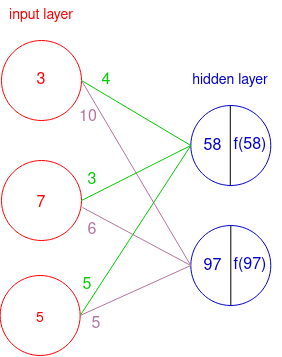
Thibaut-Le-Goff/Runst_-unfinished- keeps this draw.io diagram as images/nn10.png. Above is the earlier version. Source tidied: cells renumbered, new cells last; positions are measured from the earlier drawing's top-left corner, leaving out a move shared by most shapes. Source of this version:
```xml
<mxGraphModel>
  <root>
    <mxCell id="0" />
    <mxCell id="1" parent="0" />
    <mxCell id="2" style="ellipse;whiteSpace=wrap;html=1;strokeColor=#0000CC;fontColor=#0000CC;" parent="1" vertex="1">
      <mxGeometry x="190.3" y="105" width="80" height="80" as="geometry" />
    </mxCell>
    <mxCell id="3" style="ellipse;whiteSpace=wrap;html=1;strokeColor=#0000CC;fontColor=#0000CC;" parent="1" vertex="1">
      <mxGeometry x="190.3" y="225" width="80" height="80" as="geometry" />
    </mxCell>
    <mxCell id="4" value="&lt;div align=&quot;center&quot;&gt;97&lt;/div&gt;" style="text;whiteSpace=wrap;html=1;fontSize=16;fontColor=#0000CC;align=center;" parent="1" vertex="1">
      <mxGeometry x="180.3" y="250" width="65" height="40" as="geometry" />
    </mxCell>
    <mxCell id="5" value="&lt;font style=&quot;font-size: 16px;&quot; color=&quot;#00CC00&quot;&gt;5&lt;/font&gt;" style="text;html=1;strokeColor=none;fillColor=none;align=center;verticalAlign=middle;whiteSpace=wrap;rounded=0;fontSize=14;fontColor=#000000;" parent="1" vertex="1">
      <mxGeometry x="57.4" y="270" width="60" height="30" as="geometry" />
    </mxCell>
    <mxCell id="6" value="&lt;font color=&quot;#00CC00&quot;&gt;4&lt;/font&gt;" style="text;html=1;strokeColor=none;fillColor=none;align=center;verticalAlign=middle;whiteSpace=wrap;rounded=0;fontSize=16;fontColor=#CCCC00;" parent="1" vertex="1">
      <mxGeometry x="76" y="65" width="60" height="30" as="geometry" />
    </mxCell>
    <mxCell id="7" value="&lt;font style=&quot;font-size: 16px;&quot; color=&quot;#B5739D&quot;&gt;5&lt;/font&gt;" style="text;html=1;strokeColor=none;fillColor=none;align=center;verticalAlign=middle;whiteSpace=wrap;rounded=0;fontSize=14;fontColor=#000000;" parent="1" vertex="1">
      <mxGeometry x="66" y="309" width="60" height="30" as="geometry" />
    </mxCell>
    <mxCell id="8" style="ellipse;whiteSpace=wrap;html=1;strokeColor=#FF0000;" parent="1" vertex="1">
      <mxGeometry x="1" y="40" width="80" height="80" as="geometry" />
    </mxCell>
    <mxCell id="9" style="ellipse;whiteSpace=wrap;html=1;strokeColor=#FF0000;" parent="1" vertex="1">
      <mxGeometry x="1" y="160" width="80" height="80" as="geometry" />
    </mxCell>
    <mxCell id="10" style="endArrow=none;html=1;rounded=0;exitX=1;exitY=0.5;exitDx=0;exitDy=0;entryX=0;entryY=0.5;entryDx=0;entryDy=0;strokeColor=#00CC00;" parent="1" edge="1" target="2">
      <mxGeometry relative="1" as="geometry">
        <mxPoint x="81" y="80" as="sourcePoint" />
      </mxGeometry>
    </mxCell>
    <mxCell id="11" style="endArrow=none;html=1;rounded=0;exitX=1;exitY=0.5;exitDx=0;exitDy=0;strokeColor=#B5739D;entryX=0;entryY=0.5;entryDx=0;entryDy=0;" parent="1" edge="1" source="8" target="3">
      <mxGeometry relative="1" as="geometry" />
    </mxCell>
    <mxCell id="12" style="endArrow=none;html=1;rounded=0;exitX=1;exitY=0.5;exitDx=0;exitDy=0;entryX=0;entryY=0.5;entryDx=0;entryDy=0;strokeColor=#00CC00;" parent="1" edge="1" source="9" target="2">
      <mxGeometry relative="1" as="geometry" />
    </mxCell>
    <mxCell id="13" style="endArrow=none;html=1;rounded=0;strokeColor=#B5739D;startArrow=none;exitX=1.013;exitY=0.588;exitDx=0;exitDy=0;exitPerimeter=0;entryX=0;entryY=0.5;entryDx=0;entryDy=0;" parent="1" edge="1" source="9" target="3">
      <mxGeometry relative="1" as="geometry" />
    </mxCell>
    <mxCell id="14" value="&lt;font style=&quot;font-size: 14px;&quot; color=&quot;#FF0000&quot;&gt;input layer&lt;/font&gt;" style="text;html=1;strokeColor=none;fillColor=none;align=center;verticalAlign=middle;whiteSpace=wrap;rounded=0;" parent="1" vertex="1">
      <mxGeometry x="1" width="80" height="30" as="geometry" />
    </mxCell>
    <mxCell id="15" value="&lt;font style=&quot;font-size: 14px;&quot;&gt;hidden layer&lt;/font&gt;" style="text;html=1;strokeColor=none;fillColor=none;align=center;verticalAlign=middle;whiteSpace=wrap;rounded=0;fontColor=#0000CC;" parent="1" vertex="1">
      <mxGeometry x="190.3" y="65" width="80" height="30" as="geometry" />
    </mxCell>
    <mxCell id="16" style="endArrow=none;html=1;rounded=0;fontSize=14;fontColor=#0000CC;exitX=0.5;exitY=1;exitDx=0;exitDy=0;entryX=0.5;entryY=0;entryDx=0;entryDy=0;" parent="1" edge="1" source="3" target="3">
      <mxGeometry relative="1" as="geometry" />
    </mxCell>
    <mxCell id="17" value="&lt;font style=&quot;font-size: 16px;&quot; color=&quot;#FF0000&quot;&gt;3&lt;/font&gt;" style="text;html=1;strokeColor=none;fillColor=none;align=center;verticalAlign=middle;whiteSpace=wrap;rounded=0;fontSize=14;fontColor=#000000;" parent="1" vertex="1">
      <mxGeometry x="11" y="65" width="60" height="30" as="geometry" />
    </mxCell>
    <mxCell id="18" value="&lt;font style=&quot;font-size: 16px;&quot; color=&quot;#FF0000&quot;&gt;7&lt;/font&gt;" style="text;html=1;strokeColor=none;fillColor=none;align=center;verticalAlign=middle;whiteSpace=wrap;rounded=0;fontSize=14;fontColor=#000000;" parent="1" vertex="1">
      <mxGeometry x="11" y="187.5" width="60" height="30" as="geometry" />
    </mxCell>
    <mxCell id="19" value="f(97)" style="text;html=1;strokeColor=none;fillColor=none;align=center;verticalAlign=middle;whiteSpace=wrap;rounded=0;fontSize=16;fontColor=#0000CC;" parent="1" vertex="1">
      <mxGeometry x="220.3" y="250" width="60" height="30" as="geometry" />
    </mxCell>
    <mxCell id="20" style="endArrow=none;html=1;rounded=0;fontSize=14;fontColor=#0000CC;exitX=0.5;exitY=1;exitDx=0;exitDy=0;entryX=0.5;entryY=0;entryDx=0;entryDy=0;" parent="1" edge="1">
      <mxGeometry relative="1" as="geometry">
        <mxPoint x="229.8" y="185" as="sourcePoint" />
        <mxPoint x="229.8" y="105" as="targetPoint" />
      </mxGeometry>
    </mxCell>
    <mxCell id="21" value="&lt;font color=&quot;#00CC00&quot;&gt;3&lt;/font&gt;" style="text;html=1;strokeColor=none;fillColor=none;align=center;verticalAlign=middle;whiteSpace=wrap;rounded=0;fontSize=16;fontColor=#CCCC00;" parent="1" vertex="1">
      <mxGeometry x="61.7" y="165" width="60" height="30" as="geometry" />
    </mxCell>
    <mxCell id="22" value="&lt;font style=&quot;font-size: 16px;&quot; color=&quot;#B5739D&quot;&gt;6&lt;/font&gt;" style="text;html=1;strokeColor=none;fillColor=none;align=center;verticalAlign=middle;whiteSpace=wrap;rounded=0;fontSize=14;fontColor=#000000;" parent="1" vertex="1">
      <mxGeometry x="61.7" y="214.5" width="60" height="30" as="geometry" />
    </mxCell>
    <mxCell id="23" value="58" style="text;whiteSpace=wrap;html=1;fontSize=16;fontColor=#0000CC;align=center;" parent="1" vertex="1">
      <mxGeometry x="180.3" y="130" width="65" height="40" as="geometry" />
    </mxCell>
    <mxCell id="24" value="f(58)" style="text;html=1;strokeColor=none;fillColor=none;align=center;verticalAlign=middle;whiteSpace=wrap;rounded=0;fontSize=16;fontColor=#0000CC;" parent="1" vertex="1">
      <mxGeometry x="220.3" y="130" width="60" height="30" as="geometry" />
    </mxCell>
    <mxCell id="25" value="&lt;font style=&quot;font-size: 16px;&quot; color=&quot;#B5739D&quot;&gt;10&lt;/font&gt;" style="text;html=1;strokeColor=none;fillColor=none;align=center;verticalAlign=middle;whiteSpace=wrap;rounded=0;fontSize=14;fontColor=#000000;" parent="1" vertex="1">
      <mxGeometry x="58" y="102" width="60" height="30" as="geometry" />
    </mxCell>
    <mxCell id="26" style="ellipse;whiteSpace=wrap;html=1;strokeColor=#FF0000;" parent="1" vertex="1">
      <mxGeometry x="-0.3" y="275" width="80" height="80" as="geometry" />
    </mxCell>
    <mxCell id="27" value="&lt;font color=&quot;#FF0000&quot;&gt;5&lt;/font&gt;" style="text;html=1;strokeColor=none;fillColor=none;align=center;verticalAlign=middle;whiteSpace=wrap;rounded=0;fontSize=14;fontColor=#000000;" parent="1" vertex="1">
      <mxGeometry x="9.7" y="302.5" width="60" height="30" as="geometry" />
    </mxCell>
    <mxCell id="28" style="endArrow=none;html=1;rounded=0;exitX=1;exitY=0.5;exitDx=0;exitDy=0;strokeColor=#00CC00;entryX=0;entryY=0.5;entryDx=0;entryDy=0;" parent="1" edge="1" source="26" target="2">
      <mxGeometry relative="1" as="geometry" />
    </mxCell>
    <mxCell id="29" style="endArrow=none;html=1;rounded=0;strokeColor=#B5739D;startArrow=none;exitX=1;exitY=0.5;exitDx=0;exitDy=0;entryX=0;entryY=0.5;entryDx=0;entryDy=0;" parent="1" edge="1" source="26" target="3">
      <mxGeometry relative="1" as="geometry" />
    </mxCell>
  </root>
</mxGraphModel>
```
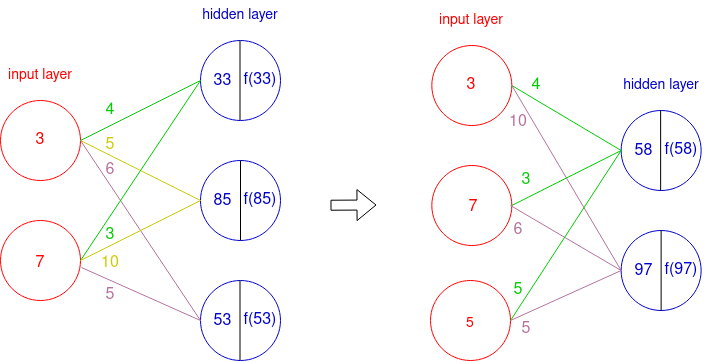
After the change.

The edit, as a diff of the source:
```diff
@@ -34,11 +34,13 @@
     <mxCell id="11" style="endArrow=none;html=1;rounded=0;exitX=1;exitY=0.5;exitDx=0;exitDy=0;strokeColor=#B5739D;entryX=0;entryY=0.5;entryDx=0;entryDy=0;" parent="1" edge="1" source="8" target="3">
       <mxGeometry relative="1" as="geometry" />
     </mxCell>
-    <mxCell id="12" style="endArrow=none;html=1;rounded=0;exitX=1;exitY=0.5;exitDx=0;exitDy=0;entryX=0;entryY=0.5;entryDx=0;entryDy=0;strokeColor=#00CC00;" parent="1" edge="1" source="9" target="2">
+    <mxCell id="12" style="endArrow=none;html=1;rounded=0;entryX=0;entryY=0.5;entryDx=0;entryDy=0;strokeColor=#00CC00;exitX=1;exitY=0.5;exitDx=0;exitDy=0;" parent="1" edge="1" source="9" target="2">
       <mxGeometry relative="1" as="geometry" />
     </mxCell>
-    <mxCell id="13" style="endArrow=none;html=1;rounded=0;strokeColor=#B5739D;startArrow=none;exitX=1.013;exitY=0.588;exitDx=0;exitDy=0;exitPerimeter=0;entryX=0;entryY=0.5;entryDx=0;entryDy=0;" parent="1" edge="1" source="9" target="3">
-      <mxGeometry relative="1" as="geometry" />
+    <mxCell id="13" style="endArrow=none;html=1;rounded=0;strokeColor=#B5739D;startArrow=none;entryX=0;entryY=0.5;entryDx=0;entryDy=0;" parent="1" edge="1" target="3">
+      <mxGeometry relative="1" as="geometry">
+        <mxPoint x="79.7" y="200" as="sourcePoint" />
+      </mxGeometry>
     </mxCell>
     <mxCell id="14" value="&lt;font style=&quot;font-size: 14px;&quot; color=&quot;#FF0000&quot;&gt;input layer&lt;/font&gt;" style="text;html=1;strokeColor=none;fillColor=none;align=center;verticalAlign=middle;whiteSpace=wrap;rounded=0;" parent="1" vertex="1">
       <mxGeometry x="1" width="80" height="30" as="geometry" />
@@ -53,7 +55,7 @@
       <mxGeometry x="11" y="65" width="60" height="30" as="geometry" />
     </mxCell>
     <mxCell id="18" value="&lt;font style=&quot;font-size: 16px;&quot; color=&quot;#FF0000&quot;&gt;7&lt;/font&gt;" style="text;html=1;strokeColor=none;fillColor=none;align=center;verticalAlign=middle;whiteSpace=wrap;rounded=0;fontSize=14;fontColor=#000000;" parent="1" vertex="1">
-      <mxGeometry x="11" y="187.5" width="60" height="30" as="geometry" />
+      <mxGeometry x="13" y="187" width="60" height="30" as="geometry" />
     </mxCell>
     <mxCell id="19" value="f(97)" style="text;html=1;strokeColor=none;fillColor=none;align=center;verticalAlign=middle;whiteSpace=wrap;rounded=0;fontSize=16;fontColor=#0000CC;" parent="1" vertex="1">
       <mxGeometry x="220.3" y="250" width="60" height="30" as="geometry" />
@@ -65,10 +67,10 @@
       </mxGeometry>
     </mxCell>
     <mxCell id="21" value="&lt;font color=&quot;#00CC00&quot;&gt;3&lt;/font&gt;" style="text;html=1;strokeColor=none;fillColor=none;align=center;verticalAlign=middle;whiteSpace=wrap;rounded=0;fontSize=16;fontColor=#CCCC00;" parent="1" vertex="1">
-      <mxGeometry x="61.7" y="165" width="60" height="30" as="geometry" />
+      <mxGeometry x="66" y="160" width="60" height="30" as="geometry" />
     </mxCell>
     <mxCell id="22" value="&lt;font style=&quot;font-size: 16px;&quot; color=&quot;#B5739D&quot;&gt;6&lt;/font&gt;" style="text;html=1;strokeColor=none;fillColor=none;align=center;verticalAlign=middle;whiteSpace=wrap;rounded=0;fontSize=14;fontColor=#000000;" parent="1" vertex="1">
-      <mxGeometry x="61.7" y="214.5" width="60" height="30" as="geometry" />
+      <mxGeometry x="58" y="210" width="60" height="30" as="geometry" />
     </mxCell>
     <mxCell id="23" value="58" style="text;whiteSpace=wrap;html=1;fontSize=16;fontColor=#0000CC;align=center;" parent="1" vertex="1">
       <mxGeometry x="180.3" y="130" width="65" height="40" as="geometry" />
@@ -91,5 +93,109 @@
     <mxCell id="29" style="endArrow=none;html=1;rounded=0;strokeColor=#B5739D;startArrow=none;exitX=1;exitY=0.5;exitDx=0;exitDy=0;entryX=0;entryY=0.5;entryDx=0;entryDy=0;" parent="1" edge="1" source="26" target="3">
       <mxGeometry relative="1" as="geometry" />
     </mxCell>
+    <mxCell id="30" value="&lt;font style=&quot;font-size: 16px;&quot; color=&quot;#CCCC00&quot;&gt;5&lt;/font&gt;" style="text;html=1;strokeColor=none;fillColor=none;align=center;verticalAlign=middle;whiteSpace=wrap;rounded=0;fontSize=14;fontColor=#000000;" parent="1" vertex="1">
+      <mxGeometry x="-350.3" y="125" width="60" height="30" as="geometry" />
+    </mxCell>
+    <mxCell id="31" value="&lt;font color=&quot;#00CC00&quot;&gt;4&lt;/font&gt;" style="text;html=1;strokeColor=none;fillColor=none;align=center;verticalAlign=middle;whiteSpace=wrap;rounded=0;fontSize=16;fontColor=#CCCC00;" parent="1" vertex="1">
+      <mxGeometry x="-350.3" y="90" width="60" height="30" as="geometry" />
+    </mxCell>
+    <mxCell id="32" value="&lt;font style=&quot;font-size: 16px;&quot; color=&quot;#B5739D&quot;&gt;5&lt;/font&gt;" style="text;html=1;strokeColor=none;fillColor=none;align=center;verticalAlign=middle;whiteSpace=wrap;rounded=0;fontSize=14;fontColor=#000000;" parent="1" vertex="1">
+      <mxGeometry x="-350.3" y="275" width="60" height="30" as="geometry" />
+    </mxCell>
+    <mxCell id="33" style="ellipse;whiteSpace=wrap;html=1;strokeColor=#0000CC;" parent="1" vertex="1">
+      <mxGeometry x="-230.3" y="155" width="80" height="80" as="geometry" />
+    </mxCell>
+    <mxCell id="34" style="ellipse;whiteSpace=wrap;html=1;strokeColor=#FF0000;" parent="1" vertex="1">
+      <mxGeometry x="-430.3" y="95" width="80" height="80" as="geometry" />
+    </mxCell>
+    <mxCell id="35" style="ellipse;whiteSpace=wrap;html=1;strokeColor=#FF0000;" parent="1" vertex="1">
+      <mxGeometry x="-430.3" y="215" width="80" height="80" as="geometry" />
+    </mxCell>
+    <mxCell id="36" style="ellipse;whiteSpace=wrap;html=1;strokeColor=#0000CC;" parent="1" vertex="1">
+      <mxGeometry x="-230.3" y="275" width="80" height="80" as="geometry" />
+    </mxCell>
+    <mxCell id="37" style="ellipse;whiteSpace=wrap;html=1;strokeColor=#0000CC;" parent="1" vertex="1">
+      <mxGeometry x="-230.3" y="35" width="80" height="80" as="geometry" />
+    </mxCell>
+    <mxCell id="38" style="endArrow=none;html=1;rounded=0;exitX=1;exitY=0.5;exitDx=0;exitDy=0;entryX=0;entryY=0.5;entryDx=0;entryDy=0;strokeColor=#CCCC00;" parent="1" edge="1" source="34" target="33">
+      <mxGeometry relative="1" as="geometry" />
+    </mxCell>
+    <mxCell id="39" style="endArrow=none;html=1;rounded=0;exitX=1;exitY=0.5;exitDx=0;exitDy=0;entryX=0;entryY=0.5;entryDx=0;entryDy=0;strokeColor=#00CC00;" parent="1" edge="1" target="37">
+      <mxGeometry relative="1" as="geometry">
+        <mxPoint x="-350.3" y="135" as="sourcePoint" />
+      </mxGeometry>
+    </mxCell>
+    <mxCell id="40" style="endArrow=none;html=1;rounded=0;exitX=1;exitY=0.5;exitDx=0;exitDy=0;entryX=0;entryY=0.5;entryDx=0;entryDy=0;strokeColor=#B5739D;" parent="1" edge="1" source="34" target="36">
+      <mxGeometry relative="1" as="geometry" />
+    </mxCell>
+    <mxCell id="41" style="endArrow=none;html=1;rounded=0;exitX=1;exitY=0.5;exitDx=0;exitDy=0;entryX=0;entryY=0.5;entryDx=0;entryDy=0;strokeColor=#00CC00;" parent="1" edge="1" source="35" target="37">
+      <mxGeometry relative="1" as="geometry" />
+    </mxCell>
+    <mxCell id="42" style="endArrow=none;html=1;rounded=0;exitX=1;exitY=0.5;exitDx=0;exitDy=0;entryX=0;entryY=0.5;entryDx=0;entryDy=0;strokeColor=#CCCC00;" parent="1" edge="1" source="35" target="33">
+      <mxGeometry relative="1" as="geometry" />
+    </mxCell>
+    <mxCell id="43" style="endArrow=none;html=1;rounded=0;entryX=0;entryY=0.5;entryDx=0;entryDy=0;strokeColor=#B5739D;startArrow=none;exitX=1.013;exitY=0.588;exitDx=0;exitDy=0;exitPerimeter=0;" parent="1" edge="1" source="35" target="36">
+      <mxGeometry relative="1" as="geometry" />
+    </mxCell>
+    <mxCell id="44" value="&lt;font style=&quot;font-size: 14px;&quot; color=&quot;#FF0000&quot;&gt;input layer&lt;/font&gt;" style="text;html=1;strokeColor=none;fillColor=none;align=center;verticalAlign=middle;whiteSpace=wrap;rounded=0;" parent="1" vertex="1">
+      <mxGeometry x="-430.3" y="55" width="80" height="30" as="geometry" />
+    </mxCell>
+    <mxCell id="45" value="&lt;font style=&quot;font-size: 14px;&quot; color=&quot;#0000CC&quot;&gt;hidden layer&lt;/font&gt;" style="text;html=1;strokeColor=none;fillColor=none;align=center;verticalAlign=middle;whiteSpace=wrap;rounded=0;" parent="1" vertex="1">
+      <mxGeometry x="-230.3" y="-5" width="80" height="30" as="geometry" />
+    </mxCell>
+    <mxCell id="46" style="endArrow=none;html=1;rounded=0;fontSize=14;fontColor=#009900;exitX=0.5;exitY=1;exitDx=0;exitDy=0;entryX=0.5;entryY=0;entryDx=0;entryDy=0;" parent="1" edge="1" source="33" target="33">
+      <mxGeometry relative="1" as="geometry" />
+    </mxCell>
+    <mxCell id="47" value="&lt;font style=&quot;font-size: 16px;&quot; color=&quot;#FF0000&quot;&gt;3&lt;/font&gt;" style="text;html=1;strokeColor=none;fillColor=none;align=center;verticalAlign=middle;whiteSpace=wrap;rounded=0;fontSize=14;fontColor=#000000;" parent="1" vertex="1">
+      <mxGeometry x="-420.3" y="120" width="60" height="30" as="geometry" />
+    </mxCell>
+    <mxCell id="48" value="&lt;font style=&quot;font-size: 16px;&quot; color=&quot;#FF0000&quot;&gt;7&lt;/font&gt;" style="text;html=1;strokeColor=none;fillColor=none;align=center;verticalAlign=middle;whiteSpace=wrap;rounded=0;fontSize=14;fontColor=#000000;" parent="1" vertex="1">
+      <mxGeometry x="-420.3" y="242.5" width="60" height="30" as="geometry" />
+    </mxCell>
+    <mxCell id="49" value="&lt;div align=&quot;center&quot;&gt;&lt;font color=&quot;#0000CC&quot;&gt;85&lt;/font&gt;&lt;/div&gt;" style="text;whiteSpace=wrap;html=1;fontSize=16;fontColor=#FF0000;align=center;" parent="1" vertex="1">
+      <mxGeometry x="-240.3" y="180" width="65" height="40" as="geometry" />
+    </mxCell>
+    <mxCell id="50" value="f(85)" style="text;html=1;strokeColor=none;fillColor=none;align=center;verticalAlign=middle;whiteSpace=wrap;rounded=0;fontSize=16;fontColor=#0000CC;" parent="1" vertex="1">
+      <mxGeometry x="-200.3" y="180" width="60" height="30" as="geometry" />
+    </mxCell>
+    <mxCell id="51" style="endArrow=none;html=1;rounded=0;fontSize=14;fontColor=#009900;exitX=0.5;exitY=1;exitDx=0;exitDy=0;entryX=0.5;entryY=0;entryDx=0;entryDy=0;" parent="1" edge="1">
+      <mxGeometry relative="1" as="geometry">
+        <mxPoint x="-190.8" y="115" as="sourcePoint" />
+        <mxPoint x="-190.8" y="35" as="targetPoint" />
+      </mxGeometry>
+    </mxCell>
+    <mxCell id="52" style="endArrow=none;html=1;rounded=0;fontSize=14;fontColor=#009900;exitX=0.5;exitY=1;exitDx=0;exitDy=0;entryX=0.5;entryY=0;entryDx=0;entryDy=0;" parent="1" edge="1">
+      <mxGeometry relative="1" as="geometry">
+        <mxPoint x="-190.8" y="355" as="sourcePoint" />
+        <mxPoint x="-190.8" y="275" as="targetPoint" />
+      </mxGeometry>
+    </mxCell>
+    <mxCell id="53" value="&lt;font color=&quot;#00CC00&quot;&gt;3&lt;/font&gt;" style="text;html=1;strokeColor=none;fillColor=none;align=center;verticalAlign=middle;whiteSpace=wrap;rounded=0;fontSize=16;fontColor=#CCCC00;" parent="1" vertex="1">
+      <mxGeometry x="-350.3" y="215" width="60" height="30" as="geometry" />
+    </mxCell>
+    <mxCell id="54" value="&lt;font style=&quot;font-size: 16px;&quot; color=&quot;#B5739D&quot;&gt;6&lt;/font&gt;" style="text;html=1;strokeColor=none;fillColor=none;align=center;verticalAlign=middle;whiteSpace=wrap;rounded=0;fontSize=14;fontColor=#000000;" parent="1" vertex="1">
+      <mxGeometry x="-350.3" y="150" width="60" height="30" as="geometry" />
+    </mxCell>
+    <mxCell id="55" value="&lt;div align=&quot;center&quot;&gt;&lt;font color=&quot;#0000CC&quot;&gt;33&lt;/font&gt;&lt;/div&gt;" style="text;whiteSpace=wrap;html=1;fontSize=16;fontColor=#FF0000;align=center;" parent="1" vertex="1">
+      <mxGeometry x="-240.3" y="60" width="65" height="40" as="geometry" />
+    </mxCell>
+    <mxCell id="56" value="&lt;div align=&quot;center&quot;&gt;&lt;font color=&quot;#0000CC&quot;&gt;53&lt;/font&gt;&lt;/div&gt;" style="text;whiteSpace=wrap;html=1;fontSize=16;fontColor=#FF0000;align=center;" parent="1" vertex="1">
+      <mxGeometry x="-240.3" y="300" width="65" height="40" as="geometry" />
+    </mxCell>
+    <mxCell id="57" value="f(33)" style="text;html=1;strokeColor=none;fillColor=none;align=center;verticalAlign=middle;whiteSpace=wrap;rounded=0;fontSize=16;fontColor=#0000CC;" parent="1" vertex="1">
+      <mxGeometry x="-200.3" y="60" width="60" height="30" as="geometry" />
+    </mxCell>
+    <mxCell id="58" value="f(53)" style="text;html=1;strokeColor=none;fillColor=none;align=center;verticalAlign=middle;whiteSpace=wrap;rounded=0;fontSize=16;fontColor=#0000CC;" parent="1" vertex="1">
+      <mxGeometry x="-200.3" y="300" width="60" height="30" as="geometry" />
+    </mxCell>
+    <mxCell id="59" value="&lt;font style=&quot;font-size: 16px;&quot; color=&quot;#CCCC00&quot;&gt;10&lt;/font&gt;" style="text;html=1;strokeColor=none;fillColor=none;align=center;verticalAlign=middle;whiteSpace=wrap;rounded=0;fontSize=14;fontColor=#000000;" parent="1" vertex="1">
+      <mxGeometry x="-350.3" y="242.5" width="60" height="30" as="geometry" />
+    </mxCell>
+    <mxCell id="60" style="shape=flexArrow;endArrow=classic;html=1;rounded=0;fontSize=16;" parent="1" edge="1">
+      <mxGeometry relative="1" as="geometry">
+        <mxPoint x="-100.3" y="199.7" as="sourcePoint" />
+        <mxPoint x="-54.3" y="199.5" as="targetPoint" />
+      </mxGeometry>
+    </mxCell>
   </root>
 </mxGraphModel>
```
